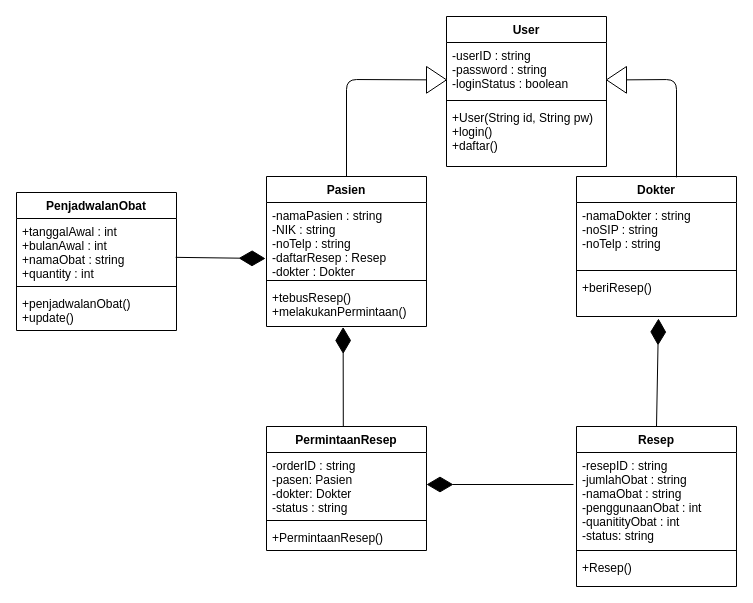
This is class diagram.drawio from WidadAbida/Praktikum-PPL, a draw.io file, before an edit. Source tidied: cells renumbered, new cells numbered last; positions are measured from the earlier drawing's top-left corner, leaving out a move shared by most shapes. Both pictures are drawn from the tidied source at 100%, with x=0, y=0 at pixel (16, 16).
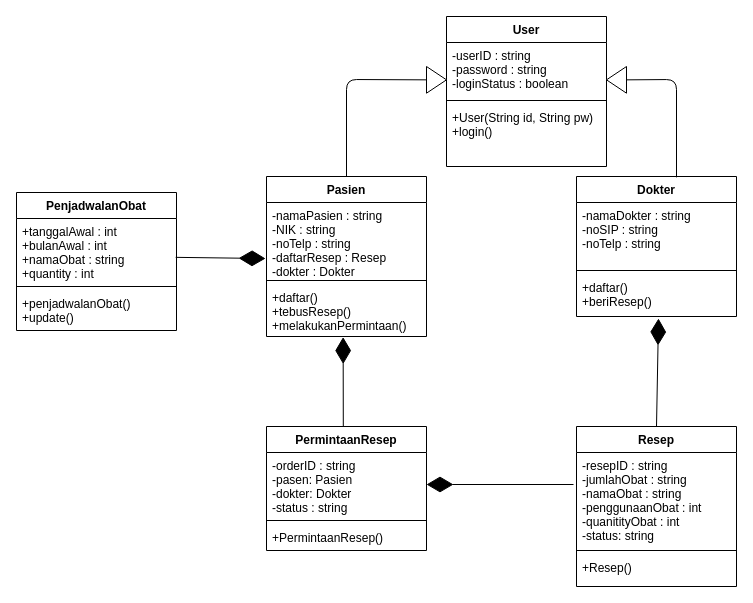
The same diagram, later.

Commit message:
pindahin daftar() ke Dokter sama Pasien

Unchanged cells that the change refers to:
```xml
<mxCell id="2" value="User" style="swimlane;fontStyle=1;align=center;verticalAlign=top;horizontal=1;startSize=26;" parent="1" vertex="1">
  <mxGeometry x="430" width="160" height="150" as="geometry" />
</mxCell>
<mxCell id="10" value="Dokter" style="swimlane;fontStyle=1;align=center;verticalAlign=top;horizontal=1;startSize=26;" parent="1" vertex="1">
  <mxGeometry x="560" y="160" width="160" height="140" as="geometry" />
</mxCell>
```

Change to the diagram source:
```diff
@@
-    <mxCell id="5" value="+User(String id, String pw)&#10;+login()&#10;+daftar()&#10;" style="text;strokeColor=none;fillColor=none;align=left;verticalAlign=top;spacingLeft=4;spacingRight=4;overflow=hidden;" parent="2" vertex="1">
+    <mxCell id="5" value="+User(String id, String pw)&#10;+login()&#10;&#10;" style="text;strokeColor=none;fillColor=none;align=left;verticalAlign=top;spacingLeft=4;spacingRight=4;overflow=hidden;" parent="2" vertex="1">
       <mxGeometry y="88" width="160" height="62" as="geometry" />
     </mxCell>
     <mxCell id="6" value="Pasien" style="swimlane;fontStyle=1;align=center;verticalAlign=top;horizontal=1;startSize=26;" parent="1" vertex="1">
-      <mxGeometry x="250" y="160" width="160" height="150" as="geometry" />
+      <mxGeometry x="250" y="160" width="160" height="160" as="geometry" />
     </mxCell>
@@
-    <mxCell id="9" value="+tebusResep()&#10;+melakukanPermintaan()&#10;" style="text;strokeColor=none;fillColor=none;align=left;verticalAlign=top;spacingLeft=4;spacingRight=4;overflow=hidden;points=[[0,0.5],[1,0.5]];portConstraint=eastwest;" parent="6" vertex="1">
-      <mxGeometry y="108" width="160" height="42" as="geometry" />
+    <mxCell id="9" value="+daftar()&#10;+tebusResep()&#10;+melakukanPermintaan()&#10;" style="text;strokeColor=none;fillColor=none;align=left;verticalAlign=top;spacingLeft=4;spacingRight=4;overflow=hidden;points=[[0,0.5],[1,0.5]];portConstraint=eastwest;" parent="6" vertex="1">
+      <mxGeometry y="108" width="160" height="52" as="geometry" />
     </mxCell>
@@
-    <mxCell id="13" value="+beriResep()" style="text;strokeColor=none;fillColor=none;align=left;verticalAlign=top;spacingLeft=4;spacingRight=4;overflow=hidden;" parent="10" vertex="1">
+    <mxCell id="13" value="+daftar()&#10;+beriResep()" style="text;strokeColor=none;fillColor=none;align=left;verticalAlign=top;spacingLeft=4;spacingRight=4;overflow=hidden;" parent="10" vertex="1">
       <mxGeometry y="98" width="160" height="42" as="geometry" />
     </mxCell>
```
